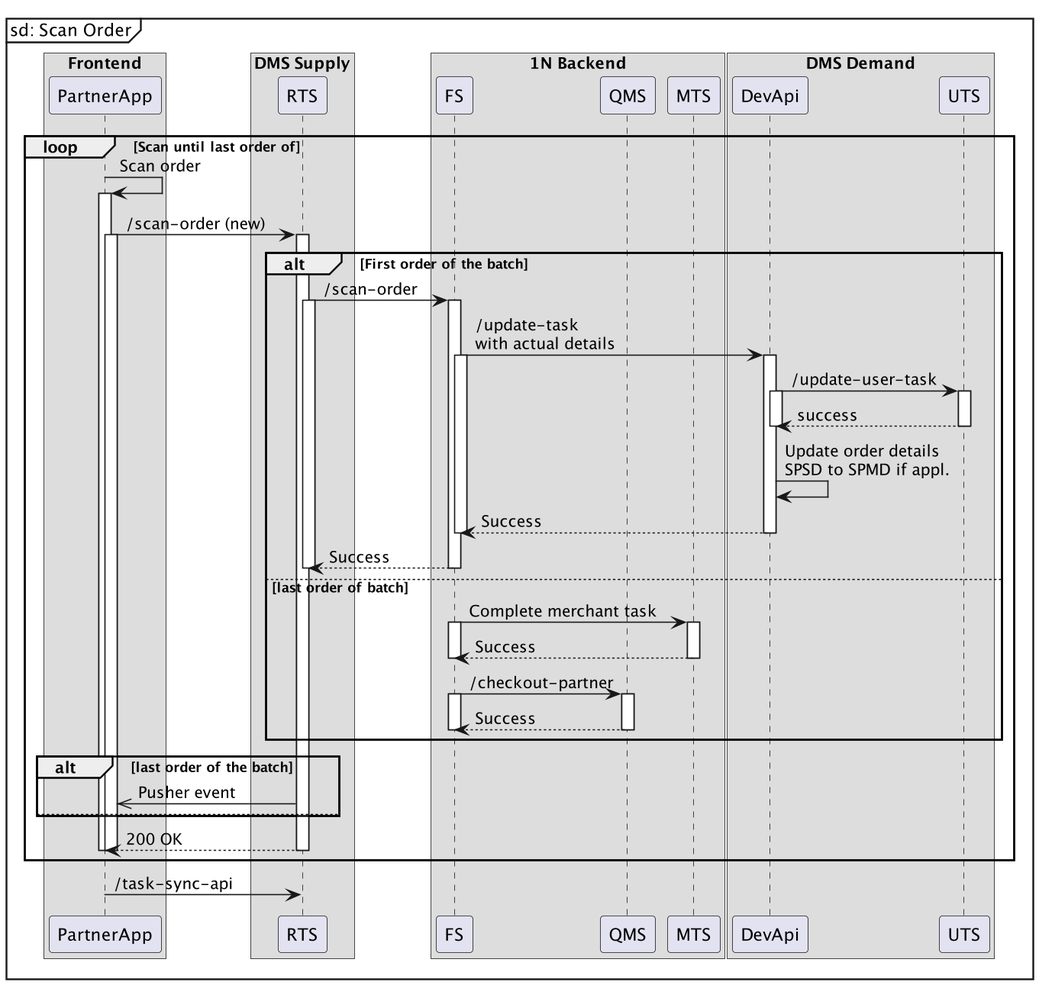
Above: mn-intervention/scan-order.png in rakesh-k-dunzo/dms-uml-diagrams (PlantUML), before the change.
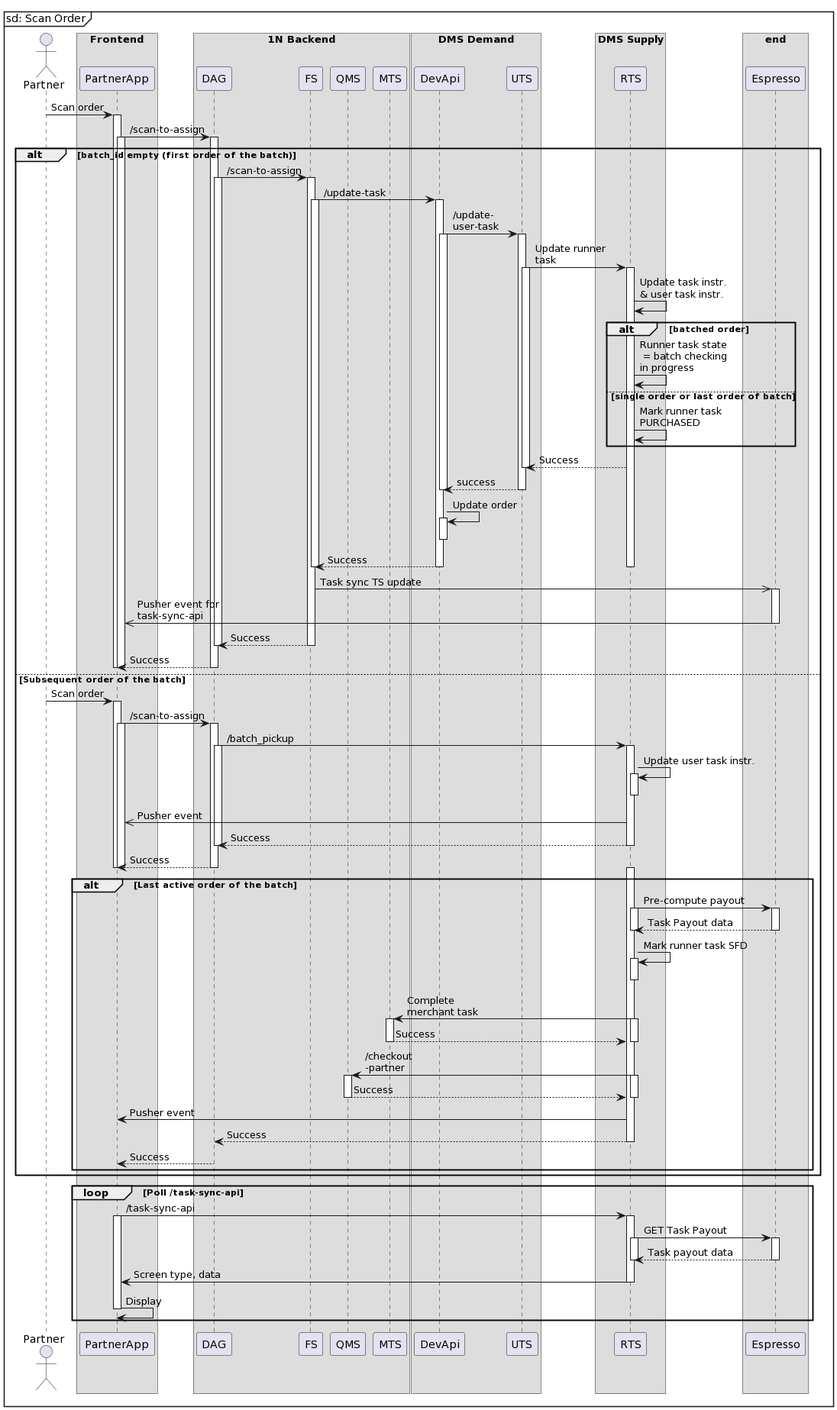
After the change.

What changed in the source:
```diff
@@ -1,16 +1,15 @@
 @startuml
 mainframe sd: Scan Order
+
+actor Partner
 
 box "Frontend"
 participant PartnerApp
 box end
 
 
-box "DMS Supply"
-participant RTS
-box end
-
 box "1N Backend"
+participant DAG
 participant FS
 participant QMS
 participant MTS
@@ -21,65 +20,131 @@
 participant UTS
 box end
 
-loop Scan until last order of
-PartnerApp -> PartnerApp: Scan order
+
+box "DMS Supply"
+participant RTS
+box end
+
+
+
+Partner -> PartnerApp: Scan order
 activate PartnerApp
 
-PartnerApp -> RTS: /scan-order (new)
-alt First order of the batch
+
+PartnerApp -> DAG: /scan-to-assign
+activate DAG
 activate PartnerApp
-activate RTS
-RTS -> FS: /scan-order
-activate RTS
+alt batch_id empty (first order of the batch)
+DAG -> FS: /scan-to-assign
+activate DAG
 activate FS
-FS -> DevApi: /update-task\nwith actual details
+FS -> DevApi: /update-task
 activate FS
 activate DevApi
-DevApi -> UTS: /update-user-task
+DevApi -> UTS: /update-\nuser-task
 activate UTS
 activate DevApi
+UTS -> RTS: Update runner\ntask
+activate UTS
+activate RTS
+RTS -> RTS: Update task instr. \n& user task instr.
+alt batched order
+RTS -> RTS: Runner task state\n = batch checking\nin progress
+else single order or last order of batch
+RTS -> RTS: Mark runner task \nPURCHASED
+end
+RTS --> UTS: Success
+deactivate UTS
 DevApi <-- UTS: success
 deactivate UTS
 deactivate DevApi
-DevApi -> DevApi: Update order details\nSPSD to SPMD if appl.
+DevApi -> DevApi: Update order
+activate DevApi
+deactivate DevApi
 
 DevApi --> FS: Success
 deactivate DevApi
 deactivate FS
-FS --> RTS: Success
 deactivate RTS
+FS ->> Espresso: Task sync TS update
+activate Espresso
+Espresso ->> PartnerApp: Pusher event for\ntask-sync-api
+deactivate Espresso
+FS --> DAG: Success
 deactivate FS
-else last order of batch
-FS -> MTS: Complete merchant task
-activate FS
+deactivate DAG
+DAG --> PartnerApp: Success
+deactivate DAG
+deactivate PartnerApp
+deactivate PartnerApp
+else Subsequent order of the batch
+Partner -> PartnerApp: Scan order
+activate PartnerApp
+PartnerApp -> DAG: /scan-to-assign
+activate PartnerApp
+activate DAG
+DAG -> RTS: /batch_pickup
+activate DAG
+activate RTS
+RTS -> RTS: Update user task instr.
+activate RTS
+deactivate RTS
+RTS ->> PartnerApp: Pusher event
+RTS --> DAG: Success
+deactivate RTS
+deactivate DAG
+DAG --> PartnerApp: Success
+deactivate PartnerApp
+deactivate PartnerApp
+deactivate DAG
+alt Last active order of the batch
+activate RTS
+
+RTS -> Espresso: Pre-compute payout
+activate RTS
+activate Espresso
+Espresso --> RTS: Task Payout data
+deactivate RTS
+deactivate Espresso
+RTS -> RTS: Mark runner task SFD
+activate RTS
+deactivate RTS
+RTS -> MTS: Complete\nmerchant task
+activate RTS
 activate MTS
-MTS --> FS: Success
-deactivate FS
+MTS --> RTS: Success
+deactivate RTS
 deactivate MTS
-FS -> QMS: /checkout-partner
-activate FS
+RTS -> QMS: /checkout\n-partner
+activate RTS
 activate QMS
-FS <-- QMS: Success
-deactivate FS
+RTS <-- QMS: Success
+deactivate RTS
 deactivate QMS
-
+RTS -> PartnerApp: Pusher event
+RTS --> DAG: Success
+deactivate RTS
+DAG --> PartnerApp: Success
+deactivate PartnerApp
+end
 end
 
-alt last order of the batch
-RTS ->> PartnerApp: Pusher event
-else
+deactivate FS
+deactivate RTS
+loop Poll /task-sync-api
+PartnerApp -> RTS: /task-sync-api
+activate PartnerApp
+activate RTS
+RTS -> Espresso: GET Task Payout
+activate RTS
+activate Espresso
+Espresso --> RTS: Task payout data
+deactivate Espresso
+deactivate RTS
+RTS -> PartnerApp: Screen type, data
+deactivate RTS
+
+PartnerApp -> PartnerApp: Display
+deactivate PartnerApp
 end
-
-
-RTS --> PartnerApp: 200 OK
-deactivate RTS
-deactivate PartnerApp
-deactivate PartnerApp
-
-end
-
-PartnerApp -> RTS: /task-sync-api
-
-
-
 @enduml
```
